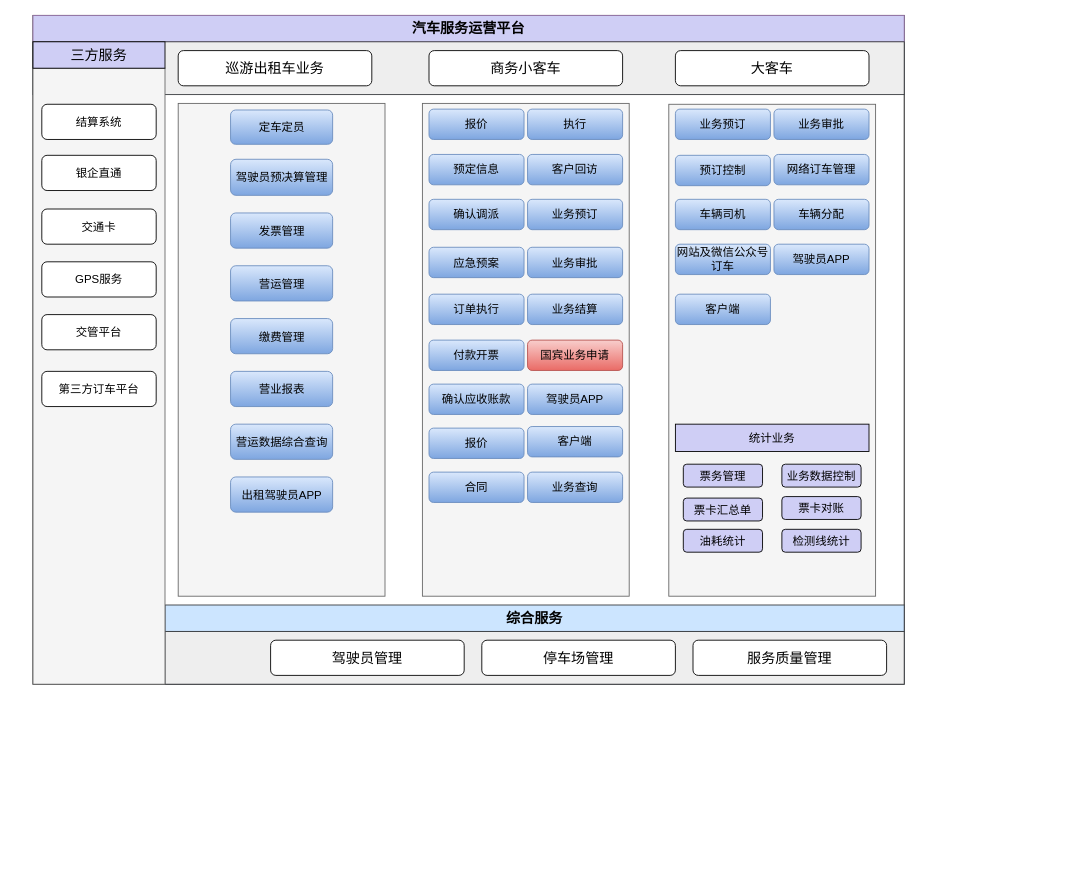
The draw.io diagram 汽车公司业务流程图.drawio in ammengke/my-drawio, before the edit. Source tidied: cells renumbered, new cells numbered last; positions are measured from the earlier drawing's top-left corner, leaving out a move shared by most shapes. Both pictures are drawn from the tidied source at 88%, with x=0, y=0 at pixel (33, 15).
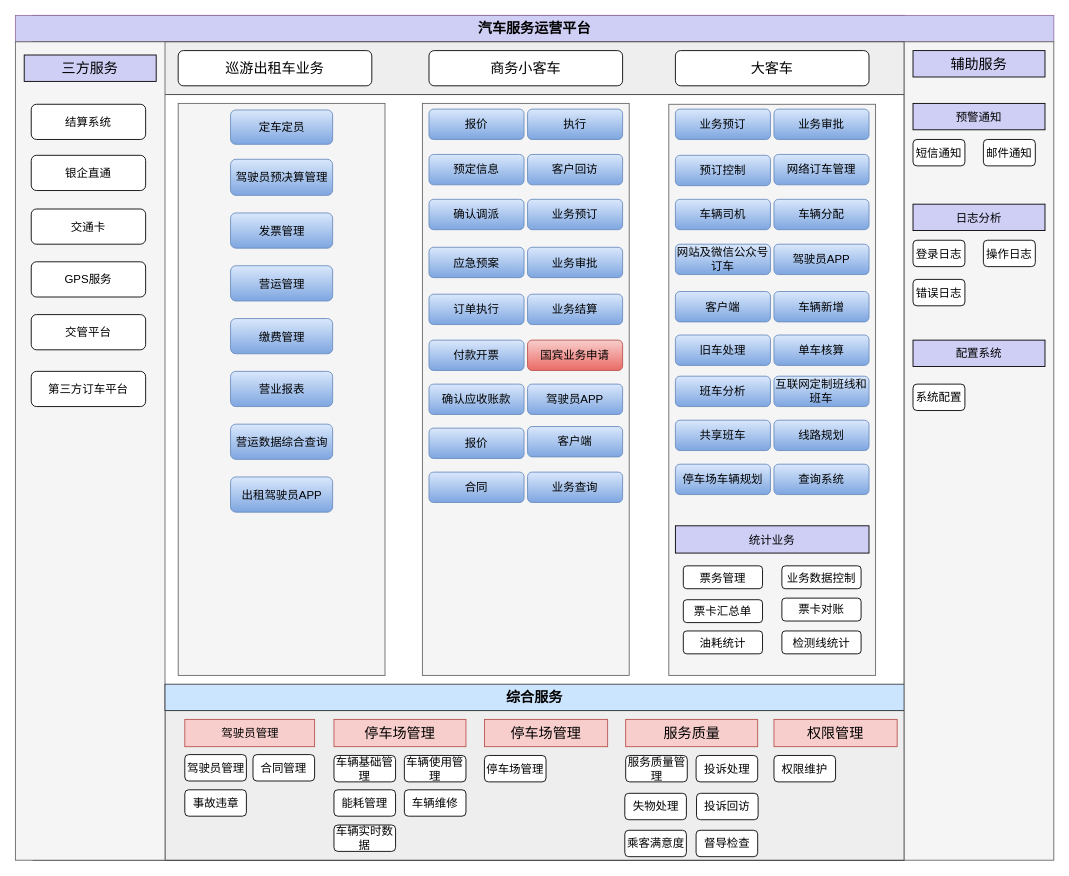
After the change.

Commit message (it also covers changes not shown here):
更新汽车公司业务流程图.drawio

Change to the diagram source:
```diff
@@
     <mxCell id="2" style="rounded=0;whiteSpace=wrap;html=1;" parent="1" vertex="1">
-      <mxGeometry width="990" height="760" as="geometry" />
+      <mxGeometry width="990" height="960" as="geometry" />
     </mxCell>
     <mxCell id="3" value="汽车服务运营平台" style="rounded=0;whiteSpace=wrap;html=1;fillColor=#CFCEF5;strokeColor=#9673a6;fontStyle=1;fontSize=16;" parent="1" vertex="1">
-      <mxGeometry width="990" height="30" as="geometry" />
+      <mxGeometry x="-20" width="1180" height="30" as="geometry" />
     </mxCell>
@@
     <mxCell id="8" style="rounded=0;whiteSpace=wrap;html=1;fontSize=16;fillColor=#eeeeee;strokeColor=#36393d;" parent="1" vertex="1">
-      <mxGeometry x="150" y="700" width="840" height="60" as="geometry" />
+      <mxGeometry x="150" y="790" width="840" height="170" as="geometry" />
     </mxCell>
-    <mxCell id="9" value="综合服务" style="rounded=0;whiteSpace=wrap;html=1;fillColor=#cce5ff;strokeColor=#36393d;fontStyle=1;fontSize=16;" parent="1" vertex="1">
-      <mxGeometry x="150" y="670" width="840" height="30" as="geometry" />
-    </mxCell>
-    <mxCell id="10" value="驾驶员管理" style="rounded=1;whiteSpace=wrap;html=1;fontSize=16;" parent="1" vertex="1">
-      <mxGeometry x="270" y="710" width="220" height="40" as="geometry" />
-    </mxCell>
-    <mxCell id="11" value="停车场管理" style="rounded=1;whiteSpace=wrap;html=1;fontSize=16;" parent="1" vertex="1">
-      <mxGeometry x="510" y="710" width="220" height="40" as="geometry" />
-    </mxCell>
-    <mxCell id="12" value="服务质量管理" style="rounded=1;whiteSpace=wrap;html=1;fontSize=16;" parent="1" vertex="1">
-      <mxGeometry x="750" y="710" width="220" height="40" as="geometry" />
-    </mxCell>
     <mxCell id="13" style="rounded=0;whiteSpace=wrap;html=1;fontSize=16;fillColor=#f5f5f5;strokeColor=#666666;fontColor=#333333;" parent="1" vertex="1">
-      <mxGeometry y="60" width="150" height="700" as="geometry" />
+      <mxGeometry x="-20" y="30" width="170" height="930" as="geometry" />
     </mxCell>
     <mxCell id="14" value="三方服务" style="rounded=0;whiteSpace=wrap;html=1;fontSize=16;fillColor=#CFCEF5;" parent="1" vertex="1">
-      <mxGeometry y="30" width="150" height="30" as="geometry" />
+      <mxGeometry x="-10" y="45" width="150" height="30" as="geometry" />
     </mxCell>
     <mxCell id="15" value="结算系统" style="rounded=1;whiteSpace=wrap;html=1;fontSize=13;" parent="1" vertex="1">
-      <mxGeometry x="10" y="101" width="130" height="40" as="geometry" />
+      <mxGeometry x="-2" y="101" width="130" height="40" as="geometry" />
     </mxCell>
     <mxCell id="16" value="银企直通" style="rounded=1;whiteSpace=wrap;html=1;fontSize=13;" parent="1" vertex="1">
-      <mxGeometry x="10" y="159" width="130" height="40" as="geometry" />
+      <mxGeometry x="-2" y="159" width="130" height="40" as="geometry" />
     </mxCell>
     <mxCell id="17" value="交通卡" style="rounded=1;whiteSpace=wrap;html=1;fontSize=13;" parent="1" vertex="1">
-      <mxGeometry x="10" y="220" width="130" height="40" as="geometry" />
+      <mxGeometry x="-2" y="220" width="130" height="40" as="geometry" />
     </mxCell>
     <mxCell id="18" value="GPS服务" style="rounded=1;whiteSpace=wrap;html=1;fontSize=13;" parent="1" vertex="1">
-      <mxGeometry x="10" y="280" width="130" height="40" as="geometry" />
+      <mxGeometry x="-2" y="280" width="130" height="40" as="geometry" />
     </mxCell>
     <mxCell id="19" value="交管平台" style="rounded=1;whiteSpace=wrap;html=1;fontSize=13;" parent="1" vertex="1">
-      <mxGeometry x="10" y="340" width="130" height="40" as="geometry" />
+      <mxGeometry x="-2" y="340" width="130" height="40" as="geometry" />
     </mxCell>
     <mxCell id="20" style="rounded=0;whiteSpace=wrap;html=1;fontSize=13;fillColor=#f5f5f5;strokeColor=#666666;fontColor=#333333;" parent="1" vertex="1">
-      <mxGeometry x="165" y="100" width="235" height="560" as="geometry" />
+      <mxGeometry x="165" y="100" width="235" height="650" as="geometry" />
     </mxCell>
@@
     <mxCell id="29" value="第三方订车平台" style="rounded=1;whiteSpace=wrap;html=1;fontSize=13;" parent="1" vertex="1">
-      <mxGeometry x="10" y="404.5" width="130" height="40" as="geometry" />
+      <mxGeometry x="-2" y="404.5" width="130" height="40" as="geometry" />
     </mxCell>
     <mxCell id="30" style="rounded=0;whiteSpace=wrap;html=1;fontSize=13;fillColor=#f5f5f5;strokeColor=#666666;fontColor=#333333;" parent="1" vertex="1">
-      <mxGeometry x="442.5" y="100" width="235" height="560" as="geometry" />
+      <mxGeometry x="442.5" y="100" width="235" height="650" as="geometry" />
     </mxCell>
@@
     <mxCell id="48" style="rounded=0;whiteSpace=wrap;html=1;fontSize=13;fillColor=#f5f5f5;strokeColor=#666666;fontColor=#333333;" parent="1" vertex="1">
-      <mxGeometry x="722.5" y="101" width="235" height="559" as="geometry" />
+      <mxGeometry x="722.5" y="101" width="235" height="649" as="geometry" />
     </mxCell>
@@
     <mxCell id="58" value="客户端" style="rounded=1;whiteSpace=wrap;html=1;fontSize=13;fillColor=#dae8fc;strokeColor=#6c8ebf;gradientColor=#7ea6e0;" parent="1" vertex="1">
-      <mxGeometry x="730" y="316.8" width="108" height="34.5" as="geometry" />
+      <mxGeometry x="730" y="313.8" width="108" height="34.5" as="geometry" />
     </mxCell>
     <mxCell id="59" value="统计业务" style="rounded=0;whiteSpace=wrap;html=1;fontSize=13;fillColor=#CFCEF5;" parent="1" vertex="1">
-      <mxGeometry x="730" y="464.5" width="220" height="31" as="geometry" />
+      <mxGeometry x="730" y="580" width="220" height="31" as="geometry" />
     </mxCell>
-    <mxCell id="60" value="票务管理" style="rounded=1;whiteSpace=wrap;html=1;fontSize=13;fillColor=#CFCEF5;" parent="1" vertex="1">
-      <mxGeometry x="739" y="510" width="90" height="26" as="geometry" />
+    <mxCell id="60" value="票务管理" style="rounded=1;whiteSpace=wrap;html=1;fontSize=13;" parent="1" vertex="1">
+      <mxGeometry x="739" y="625.5" width="90" height="26" as="geometry" />
     </mxCell>
-    <mxCell id="61" value="业务数据控制" style="rounded=1;whiteSpace=wrap;html=1;fontSize=13;fillColor=#CFCEF5;" parent="1" vertex="1">
-      <mxGeometry x="851" y="510" width="90" height="26" as="geometry" />
+    <mxCell id="61" value="业务数据控制" style="rounded=1;whiteSpace=wrap;html=1;fontSize=13;" parent="1" vertex="1">
+      <mxGeometry x="851" y="625.5" width="90" height="26" as="geometry" />
     </mxCell>
-    <mxCell id="62" value="票卡汇总单" style="rounded=1;whiteSpace=wrap;html=1;fontSize=13;fillColor=#CFCEF5;" parent="1" vertex="1">
-      <mxGeometry x="739" y="548.5" width="90" height="26" as="geometry" />
+    <mxCell id="62" value="票卡汇总单" style="rounded=1;whiteSpace=wrap;html=1;fontSize=13;" parent="1" vertex="1">
+      <mxGeometry x="739" y="664" width="90" height="26" as="geometry" />
     </mxCell>
-    <mxCell id="63" value="票卡对账" style="rounded=1;whiteSpace=wrap;html=1;fontSize=13;fillColor=#CFCEF5;" parent="1" vertex="1">
-      <mxGeometry x="851" y="546.8" width="90" height="26" as="geometry" />
+    <mxCell id="63" value="票卡对账" style="rounded=1;whiteSpace=wrap;html=1;fontSize=13;" parent="1" vertex="1">
+      <mxGeometry x="851" y="662.2" width="90" height="26" as="geometry" />
     </mxCell>
-    <mxCell id="64" value="油耗统计" style="rounded=1;whiteSpace=wrap;html=1;fontSize=13;fillColor=#CFCEF5;" parent="1" vertex="1">
-      <mxGeometry x="739" y="584" width="90" height="26" as="geometry" />
+    <mxCell id="64" value="油耗统计" style="rounded=1;whiteSpace=wrap;html=1;fontSize=13;" parent="1" vertex="1">
+      <mxGeometry x="739" y="699.5" width="90" height="26" as="geometry" />
     </mxCell>
-    <mxCell id="65" value="检测线统计" style="rounded=1;whiteSpace=wrap;html=1;fontSize=13;fillColor=#CFCEF5;" parent="1" vertex="1">
-      <mxGeometry x="851" y="584" width="90" height="26" as="geometry" />
+    <mxCell id="65" value="检测线统计" style="rounded=1;whiteSpace=wrap;html=1;fontSize=13;" parent="1" vertex="1">
+      <mxGeometry x="851" y="699.5" width="90" height="26" as="geometry" />
     </mxCell>
+    <mxCell id="66" value="车辆新增" style="rounded=1;whiteSpace=wrap;html=1;fontSize=13;fillColor=#dae8fc;strokeColor=#6c8ebf;gradientColor=#7ea6e0;" parent="1" vertex="1">
+      <mxGeometry x="842" y="313.8" width="108" height="34.5" as="geometry" />
+    </mxCell>
+    <mxCell id="67" value="旧车处理" style="rounded=1;whiteSpace=wrap;html=1;fontSize=13;fillColor=#dae8fc;strokeColor=#6c8ebf;gradientColor=#7ea6e0;" parent="1" vertex="1">
+      <mxGeometry x="730" y="363.2" width="108" height="34.5" as="geometry" />
+    </mxCell>
+    <mxCell id="68" value="单车核算" style="rounded=1;whiteSpace=wrap;html=1;fontSize=13;fillColor=#dae8fc;strokeColor=#6c8ebf;gradientColor=#7ea6e0;" parent="1" vertex="1">
+      <mxGeometry x="842" y="363.2" width="108" height="34.5" as="geometry" />
+    </mxCell>
+    <mxCell id="69" value="班车分析" style="rounded=1;whiteSpace=wrap;html=1;fontSize=13;fillColor=#dae8fc;strokeColor=#6c8ebf;gradientColor=#7ea6e0;" parent="1" vertex="1">
+      <mxGeometry x="730" y="410" width="108" height="34.5" as="geometry" />
+    </mxCell>
+    <mxCell id="70" value="互联网定制班线和班车" style="rounded=1;whiteSpace=wrap;html=1;fontSize=13;fillColor=#dae8fc;strokeColor=#6c8ebf;gradientColor=#7ea6e0;" parent="1" vertex="1">
+      <mxGeometry x="842" y="410" width="108" height="34.5" as="geometry" />
+    </mxCell>
+    <mxCell id="71" value="共享班车" style="rounded=1;whiteSpace=wrap;html=1;fontSize=13;fillColor=#dae8fc;strokeColor=#6c8ebf;gradientColor=#7ea6e0;" parent="1" vertex="1">
+      <mxGeometry x="730" y="460" width="108" height="34.5" as="geometry" />
+    </mxCell>
+    <mxCell id="72" value="线路规划" style="rounded=1;whiteSpace=wrap;html=1;fontSize=13;fillColor=#dae8fc;strokeColor=#6c8ebf;gradientColor=#7ea6e0;" parent="1" vertex="1">
+      <mxGeometry x="842" y="460" width="108" height="34.5" as="geometry" />
+    </mxCell>
+    <mxCell id="9" value="综合服务" style="rounded=0;whiteSpace=wrap;html=1;fillColor=#cce5ff;strokeColor=#36393d;fontStyle=1;fontSize=16;" parent="1" vertex="1">
+      <mxGeometry x="150" y="760" width="840" height="30" as="geometry" />
+    </mxCell>
+    <mxCell id="73" value="停车场车辆规划" style="rounded=1;whiteSpace=wrap;html=1;fontSize=13;fillColor=#dae8fc;strokeColor=#6c8ebf;gradientColor=#7ea6e0;" parent="1" vertex="1">
+      <mxGeometry x="730" y="510" width="108" height="34.5" as="geometry" />
+    </mxCell>
+    <mxCell id="74" value="查询系统" style="rounded=1;whiteSpace=wrap;html=1;fontSize=13;fillColor=#dae8fc;strokeColor=#6c8ebf;gradientColor=#7ea6e0;" parent="1" vertex="1">
+      <mxGeometry x="842" y="510" width="108" height="34.5" as="geometry" />
+    </mxCell>
+    <mxCell id="75" value="驾驶员管理" style="rounded=0;whiteSpace=wrap;html=1;fontSize=13;fillColor=#f8cecc;strokeColor=#b85450;" parent="1" vertex="1">
+      <mxGeometry x="172.5" y="800" width="147.5" height="31" as="geometry" />
+    </mxCell>
+    <mxCell id="76" value="&lt;span style=&quot;font-size: 16px&quot;&gt;停车场管理&lt;/span&gt;" style="rounded=0;whiteSpace=wrap;html=1;fontSize=13;fillColor=#f8cecc;strokeColor=#b85450;" parent="1" vertex="1">
+      <mxGeometry x="513" y="800" width="140" height="31" as="geometry" />
+    </mxCell>
+    <mxCell id="77" value="驾驶员管理" style="rounded=1;whiteSpace=wrap;html=1;fontSize=13;" parent="1" vertex="1">
+      <mxGeometry x="172.5" y="840" width="70" height="30" as="geometry" />
+    </mxCell>
+    <mxCell id="78" value="合同管理" style="rounded=1;whiteSpace=wrap;html=1;fontSize=13;" parent="1" vertex="1">
+      <mxGeometry x="250" y="840" width="70" height="30" as="geometry" />
+    </mxCell>
+    <mxCell id="79" value="事故违章" style="rounded=1;whiteSpace=wrap;html=1;fontSize=13;" parent="1" vertex="1">
+      <mxGeometry x="172.5" y="880" width="70" height="30" as="geometry" />
+    </mxCell>
+    <mxCell id="80" value="停车场管理" style="rounded=1;whiteSpace=wrap;html=1;fontSize=13;" parent="1" vertex="1">
+      <mxGeometry x="513" y="841" width="70" height="30" as="geometry" />
+    </mxCell>
+    <mxCell id="81" value="失物处理" style="rounded=1;whiteSpace=wrap;html=1;fontSize=13;" parent="1" vertex="1">
+      <mxGeometry x="672.5" y="884" width="70" height="30" as="geometry" />
+    </mxCell>
+    <mxCell id="82" value="投诉回访" style="rounded=1;whiteSpace=wrap;html=1;fontSize=13;" parent="1" vertex="1">
+      <mxGeometry x="754" y="884" width="70" height="30" as="geometry" />
+    </mxCell>
+    <mxCell id="83" value="乘客满意度" style="rounded=1;whiteSpace=wrap;html=1;fontSize=13;" parent="1" vertex="1">
+      <mxGeometry x="672.5" y="926" width="70" height="30" as="geometry" />
+    </mxCell>
+    <mxCell id="84" value="督导检查" style="rounded=1;whiteSpace=wrap;html=1;fontSize=13;" parent="1" vertex="1">
+      <mxGeometry x="753.5" y="926" width="70" height="30" as="geometry" />
+    </mxCell>
+    <mxCell id="85" value="&lt;span style=&quot;font-size: 16px&quot;&gt;停车场管理&lt;/span&gt;" style="rounded=0;whiteSpace=wrap;html=1;fontSize=13;fillColor=#f8cecc;strokeColor=#b85450;" parent="1" vertex="1">
+      <mxGeometry x="342" y="800" width="150" height="31" as="geometry" />
+    </mxCell>
+    <mxCell id="86" value="车辆基础管理" style="rounded=1;whiteSpace=wrap;html=1;fontSize=13;" parent="1" vertex="1">
+      <mxGeometry x="342" y="841" width="70" height="30" as="geometry" />
+    </mxCell>
+    <mxCell id="87" value="车辆使用管理" style="rounded=1;whiteSpace=wrap;html=1;fontSize=13;" parent="1" vertex="1">
+      <mxGeometry x="422" y="841" width="70" height="30" as="geometry" />
+    </mxCell>
+    <mxCell id="88" value="能耗管理" style="rounded=1;whiteSpace=wrap;html=1;fontSize=13;" parent="1" vertex="1">
+      <mxGeometry x="342" y="880" width="70" height="30" as="geometry" />
+    </mxCell>
+    <mxCell id="89" value="车辆维修" style="rounded=1;whiteSpace=wrap;html=1;fontSize=13;" parent="1" vertex="1">
+      <mxGeometry x="422" y="880" width="70" height="30" as="geometry" />
+    </mxCell>
+    <mxCell id="90" value="车辆实时数据" style="rounded=1;whiteSpace=wrap;html=1;fontSize=13;" parent="1" vertex="1">
+      <mxGeometry x="342" y="920" width="70" height="30" as="geometry" />
+    </mxCell>
+    <mxCell id="91" value="&lt;span style=&quot;font-size: 16px&quot;&gt;服务质量&lt;/span&gt;" style="rounded=0;whiteSpace=wrap;html=1;fontSize=13;fillColor=#f8cecc;strokeColor=#b85450;" parent="1" vertex="1">
+      <mxGeometry x="673.5" y="800" width="150" height="31" as="geometry" />
+    </mxCell>
+    <mxCell id="12" value="服务质量管理" style="rounded=1;whiteSpace=wrap;html=1;fontSize=13;" parent="1" vertex="1">
+      <mxGeometry x="673.5" y="841" width="70" height="30" as="geometry" />
+    </mxCell>
+    <mxCell id="92" value="投诉处理" style="rounded=1;whiteSpace=wrap;html=1;fontSize=13;" parent="1" vertex="1">
+      <mxGeometry x="753.5" y="841" width="70" height="30" as="geometry" />
+    </mxCell>
+    <mxCell id="93" value="&lt;span style=&quot;font-size: 16px&quot;&gt;权限管理&lt;/span&gt;" style="rounded=0;whiteSpace=wrap;html=1;fontSize=13;fillColor=#f8cecc;strokeColor=#b85450;" parent="1" vertex="1">
+      <mxGeometry x="842" y="800" width="140" height="31" as="geometry" />
+    </mxCell>
+    <mxCell id="94" value="权限维护" style="rounded=1;whiteSpace=wrap;html=1;fontSize=13;" parent="1" vertex="1">
+      <mxGeometry x="842" y="841" width="70" height="30" as="geometry" />
+    </mxCell>
+    <mxCell id="95" style="rounded=0;whiteSpace=wrap;html=1;fontSize=13;fillColor=#f5f5f5;fontColor=#333333;strokeColor=#666666;" parent="1" vertex="1">
+      <mxGeometry x="990" y="30" width="170" height="930" as="geometry" />
+    </mxCell>
+    <mxCell id="96" value="辅助服务" style="rounded=0;whiteSpace=wrap;html=1;fontSize=16;fillColor=#CFCEF5;" parent="1" vertex="1">
+      <mxGeometry x="1000" y="40" width="150" height="30" as="geometry" />
+    </mxCell>
+    <mxCell id="97" value="预警通知" style="rounded=0;whiteSpace=wrap;html=1;fontSize=13;fillColor=#CFCEF5;" parent="1" vertex="1">
+      <mxGeometry x="1000" y="100" width="150" height="30" as="geometry" />
+    </mxCell>
+    <mxCell id="98" value="短信通知" style="rounded=1;whiteSpace=wrap;html=1;fontSize=13;" parent="1" vertex="1">
+      <mxGeometry x="1000" y="141" width="59" height="30" as="geometry" />
+    </mxCell>
+    <mxCell id="99" value="邮件通知" style="rounded=1;whiteSpace=wrap;html=1;fontSize=13;" parent="1" vertex="1">
+      <mxGeometry x="1080" y="141" width="59" height="30" as="geometry" />
+    </mxCell>
+    <mxCell id="100" value="日志分析" style="rounded=0;whiteSpace=wrap;html=1;fontSize=13;fillColor=#CFCEF5;" parent="1" vertex="1">
+      <mxGeometry x="1000" y="214.5" width="150" height="30" as="geometry" />
+    </mxCell>
+    <mxCell id="101" value="登录日志" style="rounded=1;whiteSpace=wrap;html=1;fontSize=13;" parent="1" vertex="1">
+      <mxGeometry x="1000" y="255.5" width="59" height="30" as="geometry" />
+    </mxCell>
+    <mxCell id="102" value="操作日志" style="rounded=1;whiteSpace=wrap;html=1;fontSize=13;" parent="1" vertex="1">
+      <mxGeometry x="1080" y="255.5" width="59" height="30" as="geometry" />
+    </mxCell>
+    <mxCell id="103" value="错误日志" style="rounded=1;whiteSpace=wrap;html=1;fontSize=13;" parent="1" vertex="1">
+      <mxGeometry x="1000" y="300" width="59" height="30" as="geometry" />
+    </mxCell>
+    <mxCell id="104" value="配置系统" style="rounded=0;whiteSpace=wrap;html=1;fontSize=13;fillColor=#CFCEF5;" parent="1" vertex="1">
+      <mxGeometry x="1000" y="369" width="150" height="30" as="geometry" />
+    </mxCell>
+    <mxCell id="105" value="系统配置" style="rounded=1;whiteSpace=wrap;html=1;fontSize=13;" parent="1" vertex="1">
+      <mxGeometry x="1000" y="419" width="59" height="30" as="geometry" />
+    </mxCell>
```
